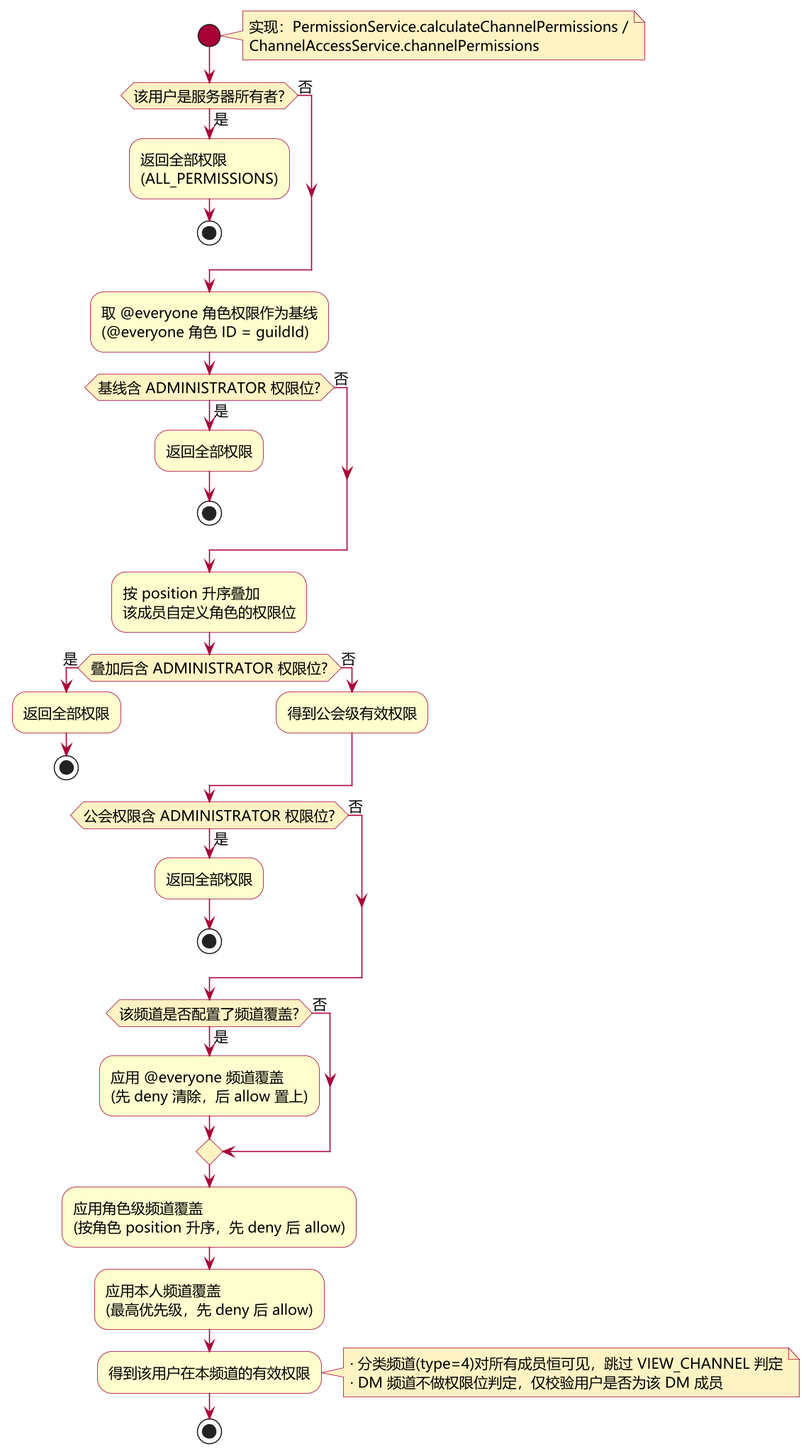
Earlier version of the PlantUML export docs/figures/fig4-3-permission-flow.png (Siegfried-Crowley/Chorus).
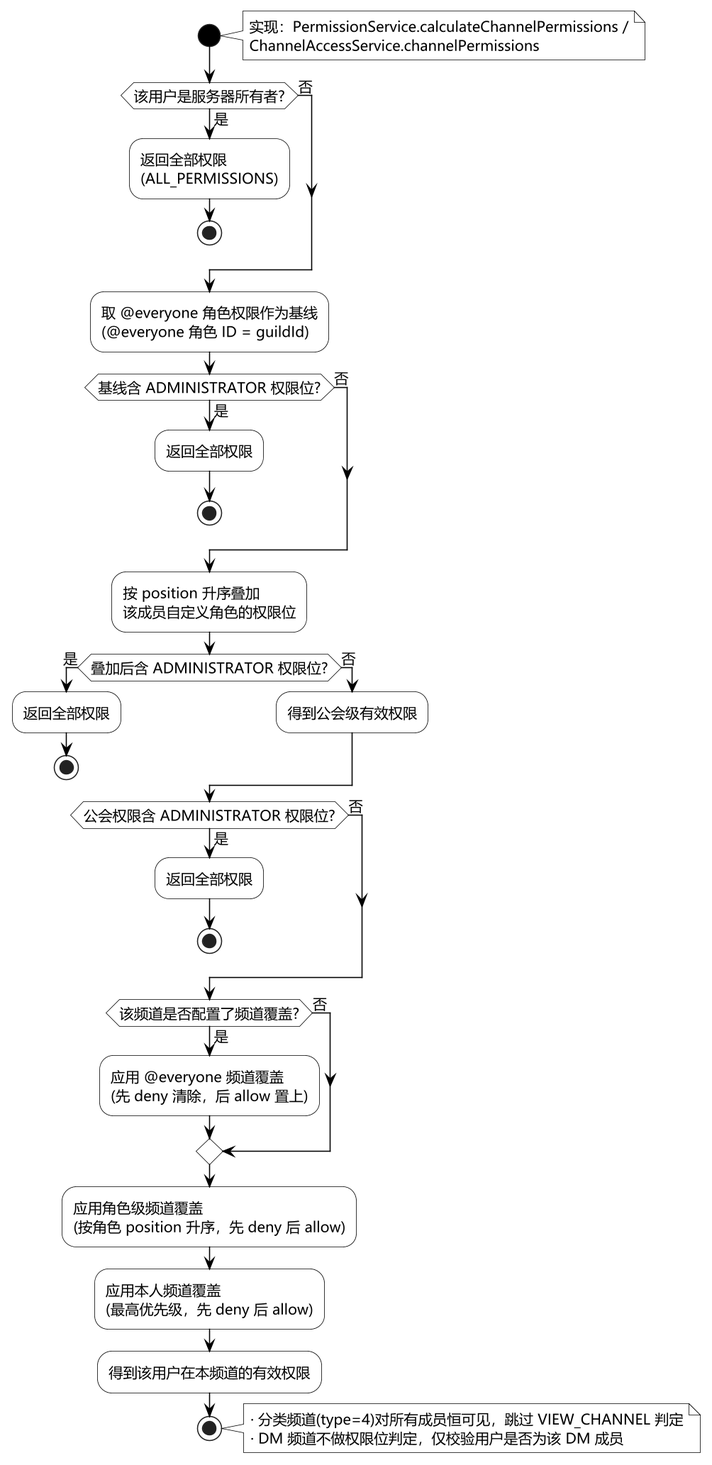
After the commit.

What changed in the source:
```diff
@@ -1,22 +1,26 @@
 @startuml fig4-3-permission-flow
 skinparam backgroundColor #FFFFFF
+skinparam shadowing false
 skinparam defaultFontName "Microsoft YaHei"
 skinparam defaultFontSize 13
-skinparam shadowing false
 skinparam dpi 150
-skinparam ArrowColor #A80036
+skinparam defaultFontColor #000000
+skinparam ArrowColor #000000
+skinparam ArrowFontColor #000000
+skinparam linetype ortho
 skinparam activity {
-  BackgroundColor #FEFECE
-  BorderColor #A80036
+  BackgroundColor #FFFFFF
+  BorderColor #000000
   FontColor #000000
-  DiamondBackgroundColor #FFF3C4
-  DiamondBorderColor #A80036
+  DiamondBackgroundColor #FFFFFF
+  DiamondBorderColor #000000
 }
-skinparam activityStartColor #A80036
-skinparam activityEndColor #A80036
+skinparam activityStartColor #000000
+skinparam activityEndColor #000000
 skinparam note {
-  BackgroundColor #FFF3C4
-  BorderColor #A80036
+  BackgroundColor #FFFFFF
+  BorderColor #000000
+  FontColor #000000
 }
 
 start
@@ -60,9 +64,9 @@
 :应用角色级频道覆盖\n(按角色 position 升序，先 deny 后 allow);
 :应用本人频道覆盖\n(最高优先级，先 deny 后 allow);
 :得到该用户在本频道的有效权限;
+stop
 note right
   · 分类频道(type=4)对所有成员恒可见，跳过 VIEW_CHANNEL 判定
   · DM 频道不做权限位判定，仅校验用户是否为该 DM 成员
 end note
-stop
 @enduml
```
